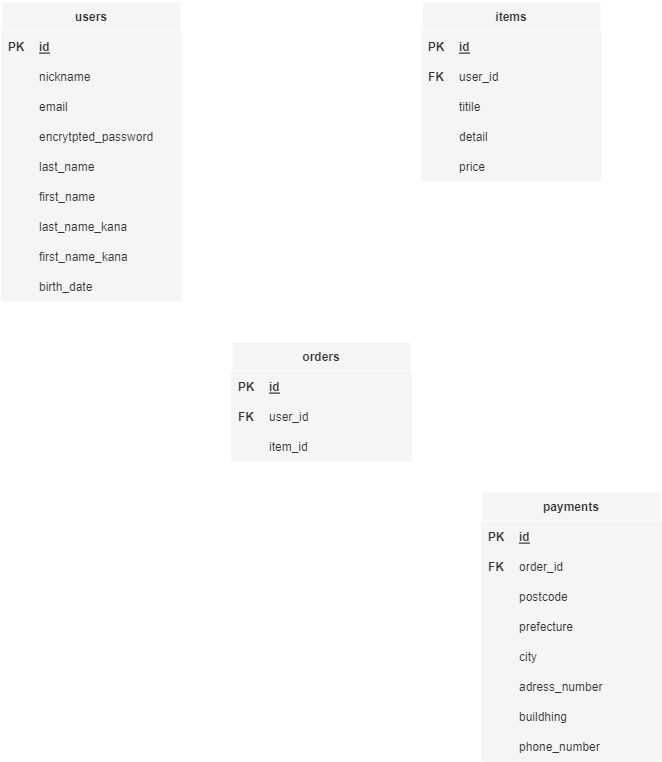
Earlier version of the draw.io export ER.png (tmhrooio0818/furima-39359). Source tidied: cells renumbered, new cells last; positions are measured from the earlier drawing's top-left corner, leaving out a move shared by most shapes.
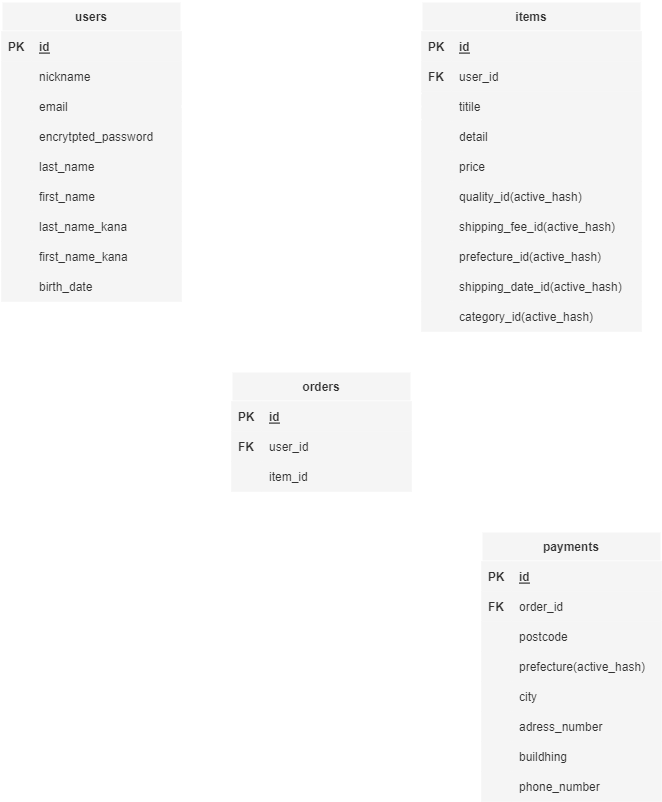
Later version of the same file.

Diff of the diagram source:
```diff
@@ -5,7 +5,7 @@
     <mxCell id="2" style="edgeStyle=none;html=1;startArrow=ERone;startFill=0;endArrow=ERzeroToMany;endFill=0;startSize=24;endSize=24;entryX=-0.009;entryY=0.013;entryDx=0;entryDy=0;entryPerimeter=0;rounded=0;labelBackgroundColor=none;fillColor=#f5f5f5;strokeColor=#FFFFFF;strokeWidth=2;" parent="1" edge="1" source="3" target="56">
       <mxGeometry relative="1" as="geometry">
         <Array as="points">
-          <mxPoint x="90" y="430" />
+          <mxPoint x="90" y="460" />
         </Array>
       </mxGeometry>
     </mxCell>
@@ -93,72 +93,116 @@
     <mxCell id="30" value="birth_date" style="shape=partialRectangle;fillColor=#f5f5f5;top=0;left=0;bottom=0;right=0;align=left;spacingLeft=6;overflow=hidden;rounded=0;labelBackgroundColor=none;fontColor=#333333;strokeColor=#FFFFFF;strokeWidth=2;" parent="28" vertex="1">
       <mxGeometry x="30" width="150" height="30" as="geometry" />
     </mxCell>
-    <mxCell id="31" style="edgeStyle=none;html=1;startArrow=ERone;startFill=0;endArrow=ERzeroToMany;endFill=0;startSize=24;endSize=24;entryX=1.013;entryY=-0.04;entryDx=0;entryDy=0;entryPerimeter=0;rounded=0;labelBackgroundColor=none;fillColor=#f5f5f5;strokeColor=#FFFFFF;strokeWidth=2;" parent="1" edge="1">
+    <mxCell id="31" style="edgeStyle=none;html=1;startArrow=ERone;startFill=0;endArrow=ERzeroToMany;endFill=0;startSize=24;endSize=24;entryX=1;entryY=0.75;entryDx=0;entryDy=0;rounded=0;labelBackgroundColor=none;fillColor=#f5f5f5;strokeColor=#FFFFFF;strokeWidth=2;" parent="1" edge="1" target="49">
       <mxGeometry relative="1" as="geometry">
         <mxPoint x="508" y="180" as="sourcePoint" />
-        <mxPoint x="410.3" y="428.8" as="targetPoint" />
         <Array as="points">
-          <mxPoint x="508" y="430" />
+          <mxPoint x="508" y="460" />
         </Array>
       </mxGeometry>
     </mxCell>
     <mxCell id="32" value="items" style="shape=table;startSize=30;rowLines=0;fontStyle=1;align=center;rounded=0;labelBackgroundColor=none;fillColor=#f5f5f5;fontColor=#333333;strokeColor=#FFFFFF;strokeWidth=2;" parent="1" vertex="1">
-      <mxGeometry x="420" width="180" height="180" as="geometry" />
+      <mxGeometry x="420" width="220" height="330" as="geometry" />
     </mxCell>
     <mxCell id="33" style="shape=tableRow;horizontal=0;startSize=0;swimlaneHead=0;swimlaneBody=0;fillColor=#f5f5f5;top=0;left=0;right=0;bottom=1;rounded=0;labelBackgroundColor=none;fontColor=#333333;strokeColor=#FFFFFF;strokeWidth=2;" parent="32" vertex="1">
-      <mxGeometry y="30" width="180" height="30" as="geometry" />
+      <mxGeometry y="30" width="220" height="30" as="geometry" />
     </mxCell>
     <mxCell id="34" value="PK" style="shape=partialRectangle;fillColor=#f5f5f5;top=0;left=0;bottom=0;right=0;fontStyle=1;overflow=hidden;rounded=0;labelBackgroundColor=none;fontColor=#333333;strokeColor=#FFFFFF;strokeWidth=2;" parent="33" vertex="1">
       <mxGeometry width="30" height="30" as="geometry" />
     </mxCell>
     <mxCell id="35" value="id" style="shape=partialRectangle;fillColor=#f5f5f5;top=0;left=0;bottom=0;right=0;align=left;spacingLeft=6;fontStyle=5;overflow=hidden;rounded=0;labelBackgroundColor=none;fontColor=#333333;strokeColor=#FFFFFF;strokeWidth=2;" parent="33" vertex="1">
-      <mxGeometry x="30" width="150" height="30" as="geometry" />
+      <mxGeometry x="30" width="190" height="30" as="geometry" />
     </mxCell>
     <mxCell id="36" style="shape=tableRow;horizontal=0;startSize=0;swimlaneHead=0;swimlaneBody=0;fillColor=#f5f5f5;top=0;left=0;right=0;bottom=1;rounded=0;labelBackgroundColor=none;fontColor=#333333;strokeColor=#FFFFFF;strokeWidth=2;" parent="32" vertex="1">
-      <mxGeometry y="60" width="180" height="30" as="geometry" />
+      <mxGeometry y="60" width="220" height="30" as="geometry" />
     </mxCell>
     <mxCell id="37" value="FK" style="shape=partialRectangle;fillColor=#f5f5f5;top=0;left=0;bottom=0;right=0;fontStyle=1;overflow=hidden;rounded=0;labelBackgroundColor=none;fontColor=#333333;strokeColor=#FFFFFF;strokeWidth=2;" parent="36" vertex="1">
       <mxGeometry width="30" height="30" as="geometry" />
     </mxCell>
     <mxCell id="38" value="user_id" style="shape=partialRectangle;fillColor=#f5f5f5;top=0;left=0;bottom=0;right=0;align=left;spacingLeft=6;fontStyle=0;overflow=hidden;rounded=0;labelBackgroundColor=none;fontColor=#333333;strokeColor=#FFFFFF;strokeWidth=2;" parent="36" vertex="1">
-      <mxGeometry x="30" width="150" height="30" as="geometry" />
+      <mxGeometry x="30" width="190" height="30" as="geometry" />
     </mxCell>
     <mxCell id="39" style="shape=tableRow;horizontal=0;startSize=0;swimlaneHead=0;swimlaneBody=0;fillColor=#f5f5f5;points=[[0,0.5],[1,0.5]];portConstraint=eastwest;top=0;left=0;right=0;bottom=0;rounded=0;labelBackgroundColor=none;fontColor=#333333;strokeColor=#FFFFFF;strokeWidth=2;" parent="32" vertex="1">
-      <mxGeometry y="90" width="180" height="30" as="geometry" />
+      <mxGeometry y="90" width="220" height="30" as="geometry" />
     </mxCell>
     <mxCell id="40" style="shape=partialRectangle;fillColor=#f5f5f5;top=0;left=0;bottom=0;right=0;overflow=hidden;rounded=0;labelBackgroundColor=none;fontColor=#333333;strokeColor=#FFFFFF;strokeWidth=2;" parent="39" vertex="1">
       <mxGeometry width="30" height="30" as="geometry" />
     </mxCell>
     <mxCell id="41" value="titile" style="shape=partialRectangle;fillColor=#f5f5f5;top=0;left=0;bottom=0;right=0;align=left;spacingLeft=6;overflow=hidden;rounded=0;labelBackgroundColor=none;fontColor=#333333;strokeColor=#FFFFFF;strokeWidth=2;" parent="39" vertex="1">
-      <mxGeometry x="30" width="150" height="30" as="geometry" />
+      <mxGeometry x="30" width="190" height="30" as="geometry" />
     </mxCell>
     <mxCell id="42" style="shape=tableRow;horizontal=0;startSize=0;swimlaneHead=0;swimlaneBody=0;fillColor=#f5f5f5;top=0;left=0;right=0;bottom=0;rounded=0;labelBackgroundColor=none;fontColor=#333333;strokeColor=#FFFFFF;strokeWidth=2;" parent="32" vertex="1">
-      <mxGeometry y="120" width="180" height="30" as="geometry" />
+      <mxGeometry y="120" width="220" height="30" as="geometry" />
     </mxCell>
     <mxCell id="43" style="shape=partialRectangle;fillColor=#f5f5f5;top=0;left=0;bottom=0;right=0;overflow=hidden;rounded=0;labelBackgroundColor=none;fontColor=#333333;strokeColor=#FFFFFF;strokeWidth=2;" parent="42" vertex="1">
       <mxGeometry width="30" height="30" as="geometry" />
     </mxCell>
     <mxCell id="44" value="detail" style="shape=partialRectangle;fillColor=#f5f5f5;top=0;left=0;bottom=0;right=0;align=left;spacingLeft=6;overflow=hidden;rounded=0;labelBackgroundColor=none;fontColor=#333333;strokeColor=#FFFFFF;strokeWidth=2;" parent="42" vertex="1">
-      <mxGeometry x="30" width="150" height="30" as="geometry" />
+      <mxGeometry x="30" width="190" height="30" as="geometry" />
     </mxCell>
     <mxCell id="45" style="shape=tableRow;horizontal=0;startSize=0;swimlaneHead=0;swimlaneBody=0;fillColor=#f5f5f5;top=0;left=0;right=0;bottom=0;rounded=0;labelBackgroundColor=none;fontColor=#333333;strokeColor=#FFFFFF;strokeWidth=2;" parent="32" vertex="1">
-      <mxGeometry y="150" width="180" height="30" as="geometry" />
+      <mxGeometry y="150" width="220" height="30" as="geometry" />
     </mxCell>
     <mxCell id="46" style="shape=partialRectangle;fillColor=#f5f5f5;top=0;left=0;bottom=0;right=0;overflow=hidden;rounded=0;labelBackgroundColor=none;fontColor=#333333;strokeColor=#FFFFFF;strokeWidth=2;" parent="45" vertex="1">
       <mxGeometry width="30" height="30" as="geometry" />
     </mxCell>
     <mxCell id="47" value="price" style="shape=partialRectangle;fillColor=#f5f5f5;top=0;left=0;bottom=0;right=0;align=left;spacingLeft=6;overflow=hidden;rounded=0;labelBackgroundColor=none;fontColor=#333333;strokeColor=#FFFFFF;strokeWidth=2;" parent="45" vertex="1">
-      <mxGeometry x="30" width="150" height="30" as="geometry" />
+      <mxGeometry x="30" width="190" height="30" as="geometry" />
     </mxCell>
+    <mxCell id="85" style="shape=tableRow;horizontal=0;startSize=0;swimlaneHead=0;swimlaneBody=0;fillColor=#f5f5f5;top=0;left=0;right=0;bottom=0;rounded=0;labelBackgroundColor=none;fontColor=#333333;strokeColor=#FFFFFF;strokeWidth=2;" parent="32" vertex="1">
+      <mxGeometry y="180" width="220" height="30" as="geometry" />
+    </mxCell>
+    <mxCell id="86" style="shape=partialRectangle;fillColor=#f5f5f5;top=0;left=0;bottom=0;right=0;overflow=hidden;rounded=0;labelBackgroundColor=none;fontColor=#333333;strokeColor=#FFFFFF;strokeWidth=2;" parent="85" vertex="1">
+      <mxGeometry width="30" height="30" as="geometry" />
+    </mxCell>
+    <mxCell id="87" value="quality_id(active_hash)" style="shape=partialRectangle;fillColor=#f5f5f5;top=0;left=0;bottom=0;right=0;align=left;spacingLeft=6;overflow=hidden;rounded=0;labelBackgroundColor=none;fontColor=#333333;strokeColor=#FFFFFF;strokeWidth=2;" parent="85" vertex="1">
+      <mxGeometry x="30" width="190" height="30" as="geometry" />
+    </mxCell>
+    <mxCell id="88" style="shape=tableRow;horizontal=0;startSize=0;swimlaneHead=0;swimlaneBody=0;fillColor=#f5f5f5;top=0;left=0;right=0;bottom=0;rounded=0;labelBackgroundColor=none;fontColor=#333333;strokeColor=#FFFFFF;strokeWidth=2;" parent="32" vertex="1">
+      <mxGeometry y="210" width="220" height="30" as="geometry" />
+    </mxCell>
+    <mxCell id="89" style="shape=partialRectangle;fillColor=#f5f5f5;top=0;left=0;bottom=0;right=0;overflow=hidden;rounded=0;labelBackgroundColor=none;fontColor=#333333;strokeColor=#FFFFFF;strokeWidth=2;" parent="88" vertex="1">
+      <mxGeometry width="30" height="30" as="geometry" />
+    </mxCell>
+    <mxCell id="90" value="shipping_fee_id(active_hash)" style="shape=partialRectangle;fillColor=#f5f5f5;top=0;left=0;bottom=0;right=0;align=left;spacingLeft=6;overflow=hidden;rounded=0;labelBackgroundColor=none;fontColor=#333333;strokeColor=#FFFFFF;strokeWidth=2;" parent="88" vertex="1">
+      <mxGeometry x="30" width="190" height="30" as="geometry" />
+    </mxCell>
+    <mxCell id="91" style="shape=tableRow;horizontal=0;startSize=0;swimlaneHead=0;swimlaneBody=0;fillColor=#f5f5f5;top=0;left=0;right=0;bottom=0;rounded=0;labelBackgroundColor=none;fontColor=#333333;strokeColor=#FFFFFF;strokeWidth=2;" parent="32" vertex="1">
+      <mxGeometry y="240" width="220" height="30" as="geometry" />
+    </mxCell>
+    <mxCell id="92" style="shape=partialRectangle;fillColor=#f5f5f5;top=0;left=0;bottom=0;right=0;overflow=hidden;rounded=0;labelBackgroundColor=none;fontColor=#333333;strokeColor=#FFFFFF;strokeWidth=2;" parent="91" vertex="1">
+      <mxGeometry width="30" height="30" as="geometry" />
+    </mxCell>
+    <mxCell id="93" value="prefecture_id(active_hash)" style="shape=partialRectangle;fillColor=#f5f5f5;top=0;left=0;bottom=0;right=0;align=left;spacingLeft=6;overflow=hidden;rounded=0;labelBackgroundColor=none;fontColor=#333333;strokeColor=#FFFFFF;strokeWidth=2;" parent="91" vertex="1">
+      <mxGeometry x="30" width="190" height="30" as="geometry" />
+    </mxCell>
+    <mxCell id="94" style="shape=tableRow;horizontal=0;startSize=0;swimlaneHead=0;swimlaneBody=0;fillColor=#f5f5f5;top=0;left=0;right=0;bottom=0;rounded=0;labelBackgroundColor=none;fontColor=#333333;strokeColor=#FFFFFF;strokeWidth=2;" parent="32" vertex="1">
+      <mxGeometry y="270" width="220" height="30" as="geometry" />
+    </mxCell>
+    <mxCell id="95" style="shape=partialRectangle;fillColor=#f5f5f5;top=0;left=0;bottom=0;right=0;overflow=hidden;rounded=0;labelBackgroundColor=none;fontColor=#333333;strokeColor=#FFFFFF;strokeWidth=2;" parent="94" vertex="1">
+      <mxGeometry width="30" height="30" as="geometry" />
+    </mxCell>
+    <mxCell id="96" value="shipping_date_id(active_hash)" style="shape=partialRectangle;fillColor=#f5f5f5;top=0;left=0;bottom=0;right=0;align=left;spacingLeft=6;overflow=hidden;rounded=0;labelBackgroundColor=none;fontColor=#333333;strokeColor=#FFFFFF;strokeWidth=2;" parent="94" vertex="1">
+      <mxGeometry x="30" width="190" height="30" as="geometry" />
+    </mxCell>
+    <mxCell id="97" style="shape=tableRow;horizontal=0;startSize=0;swimlaneHead=0;swimlaneBody=0;fillColor=#f5f5f5;top=0;left=0;right=0;bottom=0;rounded=0;labelBackgroundColor=none;fontColor=#333333;strokeColor=#FFFFFF;strokeWidth=2;" parent="32" vertex="1">
+      <mxGeometry y="300" width="220" height="30" as="geometry" />
+    </mxCell>
+    <mxCell id="98" style="shape=partialRectangle;fillColor=#f5f5f5;top=0;left=0;bottom=0;right=0;overflow=hidden;rounded=0;labelBackgroundColor=none;fontColor=#333333;strokeColor=#FFFFFF;strokeWidth=2;" parent="97" vertex="1">
+      <mxGeometry width="30" height="30" as="geometry" />
+    </mxCell>
+    <mxCell id="99" value="category_id(active_hash)" style="shape=partialRectangle;fillColor=#f5f5f5;top=0;left=0;bottom=0;right=0;align=left;spacingLeft=6;overflow=hidden;rounded=0;labelBackgroundColor=none;fontColor=#333333;strokeColor=#FFFFFF;strokeWidth=2;" parent="97" vertex="1">
+      <mxGeometry x="30" width="190" height="30" as="geometry" />
+    </mxCell>
     <mxCell id="48" style="edgeStyle=none;html=1;startArrow=ERone;startFill=0;endArrow=ERzeroToMany;endFill=0;startSize=24;endSize=24;entryX=-0.007;entryY=0.027;entryDx=0;entryDy=0;entryPerimeter=0;rounded=0;labelBackgroundColor=none;fillColor=#f5f5f5;strokeColor=#FFFFFF;strokeWidth=2;" parent="1" edge="1" source="49" target="70">
       <mxGeometry relative="1" as="geometry">
         <Array as="points">
-          <mxPoint x="320" y="610" />
+          <mxPoint x="320" y="651" />
         </Array>
       </mxGeometry>
     </mxCell>
     <mxCell id="49" value="orders" style="shape=table;startSize=30;rowLines=0;fontStyle=1;align=center;rounded=0;labelBackgroundColor=none;fillColor=#f5f5f5;fontColor=#333333;strokeColor=#FFFFFF;strokeWidth=2;" parent="1" vertex="1">
-      <mxGeometry x="230" y="340" width="180" height="120" as="geometry" />
+      <mxGeometry x="230" y="370" width="180" height="120" as="geometry" />
     </mxCell>
     <mxCell id="50" style="shape=tableRow;horizontal=0;startSize=0;swimlaneHead=0;swimlaneBody=0;fillColor=#f5f5f5;top=0;left=0;right=0;bottom=1;rounded=0;labelBackgroundColor=none;fontColor=#333333;strokeColor=#FFFFFF;strokeWidth=2;" parent="49" vertex="1">
       <mxGeometry y="30" width="180" height="30" as="geometry" />
@@ -191,7 +235,7 @@
       <mxGeometry relative="1" as="geometry" />
     </mxCell>
     <mxCell id="60" value="payments" style="shape=table;startSize=30;rowLines=0;fontStyle=1;align=center;rounded=0;labelBackgroundColor=none;fillColor=#f5f5f5;fontColor=#333333;strokeColor=#FFFFFF;strokeWidth=2;" parent="1" vertex="1">
-      <mxGeometry x="480" y="490" width="180" height="270" as="geometry" />
+      <mxGeometry x="480" y="530" width="180" height="270" as="geometry" />
     </mxCell>
     <mxCell id="61" style="shape=tableRow;horizontal=0;startSize=0;swimlaneHead=0;swimlaneBody=0;fillColor=#f5f5f5;top=0;left=0;right=0;bottom=1;rounded=0;labelBackgroundColor=none;fontColor=#333333;strokeColor=#FFFFFF;strokeWidth=2;" parent="60" vertex="1">
       <mxGeometry y="30" width="180" height="30" as="geometry" />
@@ -226,7 +270,7 @@
     <mxCell id="71" style="shape=partialRectangle;fillColor=#f5f5f5;top=0;left=0;bottom=0;right=0;overflow=hidden;rounded=0;labelBackgroundColor=none;fontColor=#333333;strokeColor=#FFFFFF;strokeWidth=2;" parent="70" vertex="1">
       <mxGeometry width="30" height="30" as="geometry" />
     </mxCell>
-    <mxCell id="72" value="prefecture" style="shape=partialRectangle;fillColor=#f5f5f5;top=0;left=0;bottom=0;right=0;align=left;spacingLeft=6;overflow=hidden;rounded=0;labelBackgroundColor=none;fontColor=#333333;strokeColor=#FFFFFF;strokeWidth=2;" parent="70" vertex="1">
+    <mxCell id="72" value="prefecture(active_hash)" style="shape=partialRectangle;fillColor=#f5f5f5;top=0;left=0;bottom=0;right=0;align=left;spacingLeft=6;overflow=hidden;rounded=0;labelBackgroundColor=none;fontColor=#333333;strokeColor=#FFFFFF;strokeWidth=2;" parent="70" vertex="1">
       <mxGeometry x="30" width="150" height="30" as="geometry" />
     </mxCell>
     <mxCell id="73" style="shape=tableRow;horizontal=0;startSize=0;swimlaneHead=0;swimlaneBody=0;fillColor=#f5f5f5;top=0;left=0;right=0;bottom=0;rounded=0;labelBackgroundColor=none;fontColor=#333333;strokeColor=#FFFFFF;strokeWidth=2;" parent="60" vertex="1">
```
